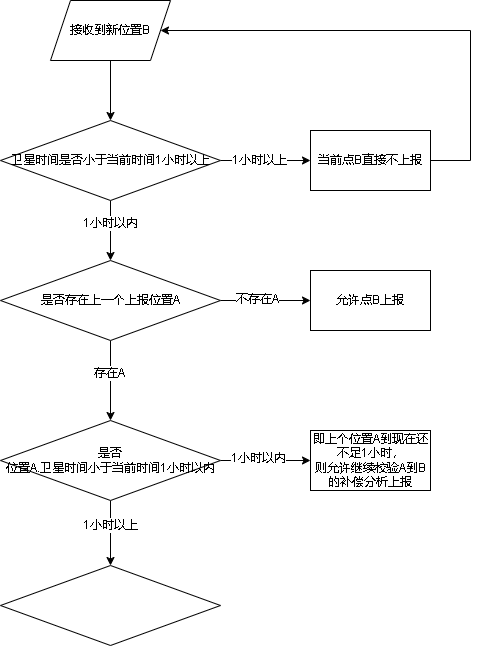
This is 809轨迹时间异常.drawio.png from xktder/draw, a draw.io export, as it was before one commit. Source tidied: cells renumbered, new cells last; positions are measured from the earlier drawing's top-left corner, leaving out a move shared by most shapes.
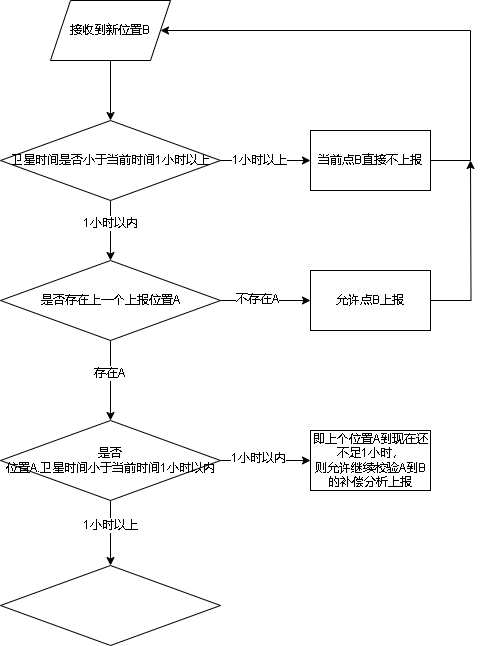
Later version of the same file.

Commit message:
更新809轨迹时间异常.drawio.png

Change to the diagram source:
```diff
@@ -49,6 +49,11 @@
     <mxCell id="15" value="是否存在上一个上报位置A" style="rhombus;whiteSpace=wrap;html=1;" parent="1" vertex="1">
       <mxGeometry y="260" width="220" height="80" as="geometry" />
     </mxCell>
+    <mxCell id="24" style="edgeStyle=orthogonalEdgeStyle;rounded=0;jettySize=auto;html=1;" parent="1" edge="1" source="16">
+      <mxGeometry relative="1" as="geometry">
+        <mxPoint x="470" y="160" as="targetPoint" />
+      </mxGeometry>
+    </mxCell>
     <mxCell id="16" value="允许点B上报" style="whiteSpace=wrap;html=1;" parent="1" vertex="1">
       <mxGeometry x="310" y="270" width="120" height="60" as="geometry" />
     </mxCell>
```
